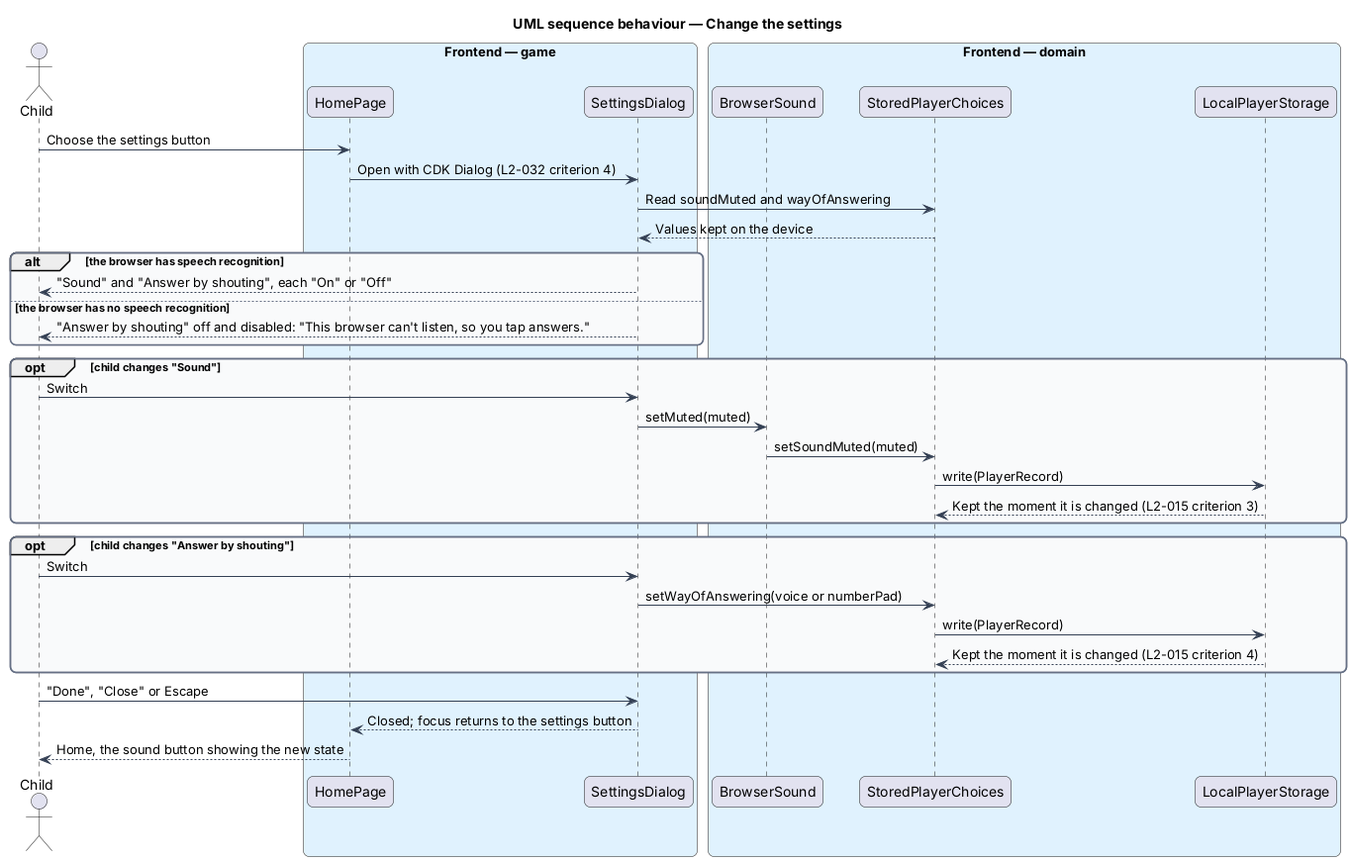
QuinntyneBrown/around-the-world keeps this PlantUML diagram as docs/detailed-designs/player/find-way-through-screens/diagrams/sequence-change-settings.png. Above is the earlier version. Its source is kept beside it as docs/detailed-designs/player/find-way-through-screens/diagrams/sequence-change-settings.puml.
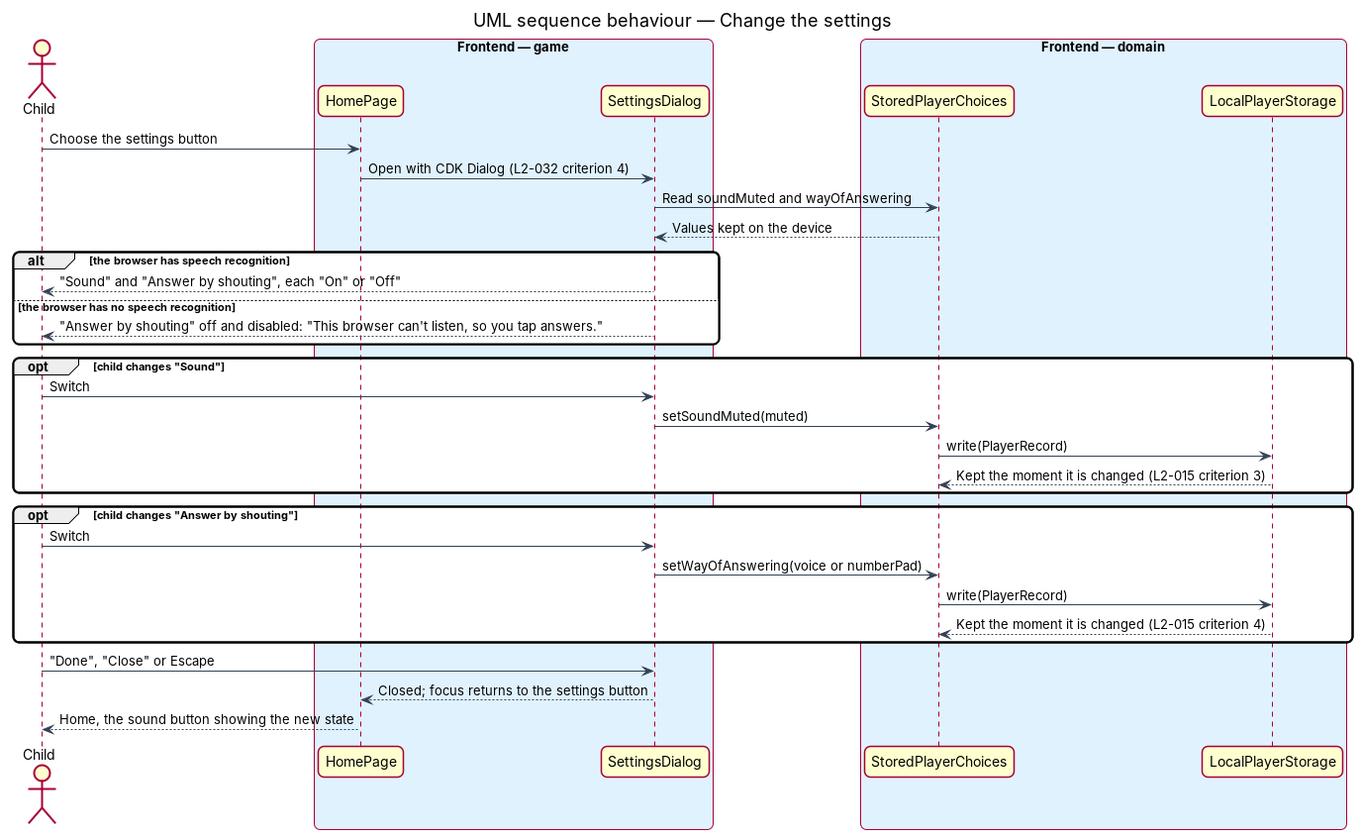
After the commit.

Diff of the diagram source:
```diff
@@ -20,7 +20,6 @@
   participant "SettingsDialog" as dialog
 end box
 box "Frontend — domain" #E0F2FE
-  participant "BrowserSound" as sound
   participant "StoredPlayerChoices" as choices
   participant "LocalPlayerStorage" as storage
 end box
@@ -35,8 +34,7 @@
 end
 opt child changes "Sound"
   actor -> dialog : Switch
-  dialog -> sound : setMuted(muted)
-  sound -> choices : setSoundMuted(muted)
+  dialog -> choices : setSoundMuted(muted)
   choices -> storage : write(PlayerRecord)
   storage --> choices : Kept the moment it is changed (L2-015 criterion 3)
 end
```
